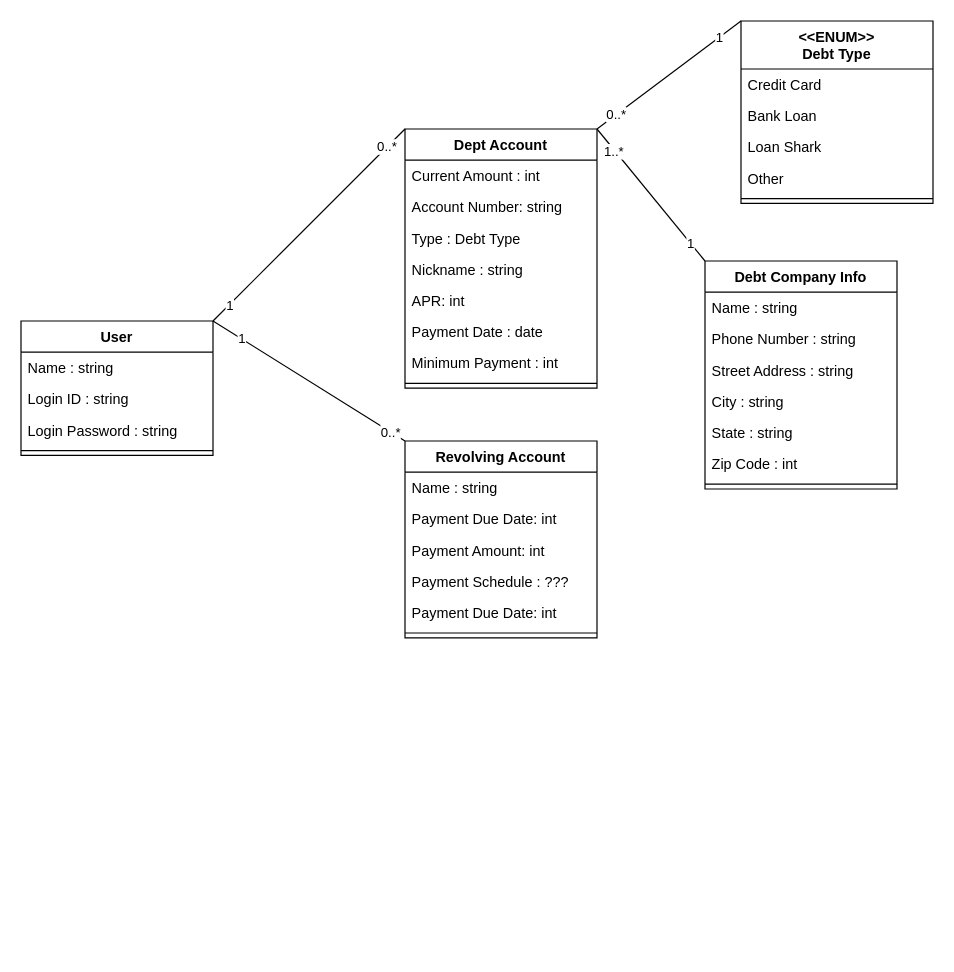
Earlier version of the draw.io diagram Class Diagram.drawio (PatrickMcDougle/CSE682-Software-Engineering-Project). Source tidied: cells renumbered, new cells numbered last; positions are measured from the earlier drawing's top-left corner, leaving out a move shared by most shapes. Both pictures are drawn from the tidied source at 120%, with x=0, y=0 at pixel (20, 20).
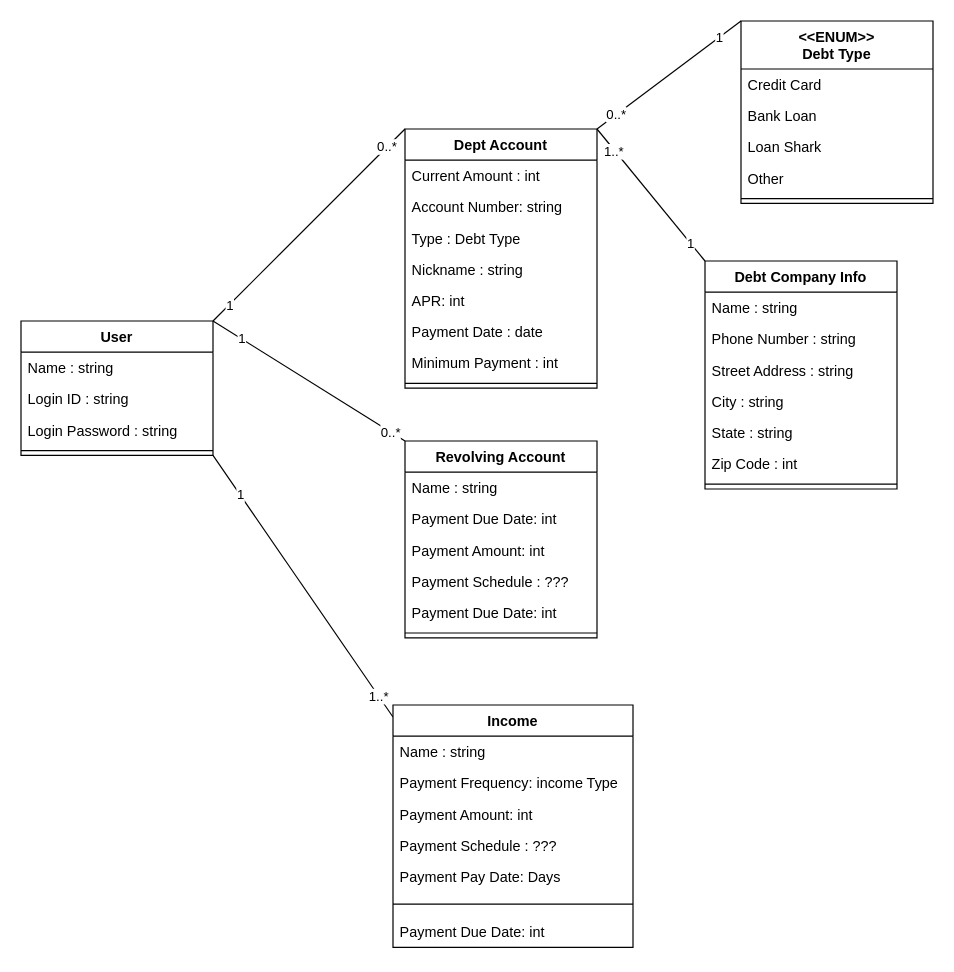
The same diagram, later.

What changed in the source:
```diff
@@
+    <mxCell id="49" style="endArrow=none;html=1;exitX=1;exitY=0;exitDx=0;exitDy=0;" parent="1" edge="1">
+      <mxGeometry relative="1" as="geometry">
+        <mxPoint x="160" y="362" as="sourcePoint" />
+        <mxPoint x="310" y="580" as="targetPoint" />
+      </mxGeometry>
+    </mxCell>
+    <mxCell id="50" value="1" style="edgeLabel;html=1;align=center;verticalAlign=middle;" parent="49" vertex="1">
+      <mxGeometry x="-0.7" relative="1" as="geometry" />
+    </mxCell>
+    <mxCell id="51" value="1..*" style="edgeLabel;html=1;align=center;verticalAlign=middle;" parent="49" vertex="1">
+      <mxGeometry x="0.84" relative="1" as="geometry" />
+    </mxCell>
+    <mxCell id="52" value="Income" style="swimlane;fontStyle=1;align=center;verticalAlign=top;horizontal=1;startSize=26;" parent="1" vertex="1">
+      <mxGeometry x="310" y="570" width="200" height="202" as="geometry" />
+    </mxCell>
+    <mxCell id="53" value="Name : string" style="text;strokeColor=none;fillColor=none;align=left;verticalAlign=top;spacingLeft=4;spacingRight=4;overflow=hidden;" parent="52" vertex="1">
+      <mxGeometry y="26" width="200" height="26" as="geometry" />
+    </mxCell>
+    <mxCell id="54" value="Payment Frequency: income Type" style="text;strokeColor=none;fillColor=none;align=left;verticalAlign=top;spacingLeft=4;spacingRight=4;overflow=hidden;" parent="52" vertex="1">
+      <mxGeometry y="52" width="200" height="26" as="geometry" />
+    </mxCell>
+    <mxCell id="55" value="Payment Amount: int" style="text;strokeColor=none;fillColor=none;align=left;verticalAlign=top;spacingLeft=4;spacingRight=4;overflow=hidden;" parent="52" vertex="1">
+      <mxGeometry y="78" width="200" height="26" as="geometry" />
+    </mxCell>
+    <mxCell id="56" value="Payment Schedule : ???" style="text;strokeColor=none;fillColor=none;align=left;verticalAlign=top;spacingLeft=4;spacingRight=4;overflow=hidden;" parent="52" vertex="1">
+      <mxGeometry y="104" width="200" height="26" as="geometry" />
+    </mxCell>
+    <mxCell id="57" value="Payment Pay Date: Days" style="text;strokeColor=none;fillColor=none;align=left;verticalAlign=top;spacingLeft=4;spacingRight=4;overflow=hidden;" parent="52" vertex="1">
+      <mxGeometry y="130" width="200" height="26" as="geometry" />
+    </mxCell>
+    <mxCell id="58" style="line;strokeWidth=1;fillColor=none;align=left;verticalAlign=middle;spacingTop=-1;spacingLeft=3;spacingRight=3;labelPosition=right;" parent="52" vertex="1">
+      <mxGeometry y="156" width="200" height="20" as="geometry" />
+    </mxCell>
+    <mxCell id="59" value="Payment Due Date: int" style="text;strokeColor=none;fillColor=none;align=left;verticalAlign=top;spacingLeft=4;spacingRight=4;overflow=hidden;" parent="52" vertex="1">
+      <mxGeometry y="176" width="200" height="26" as="geometry" />
+    </mxCell>
```
